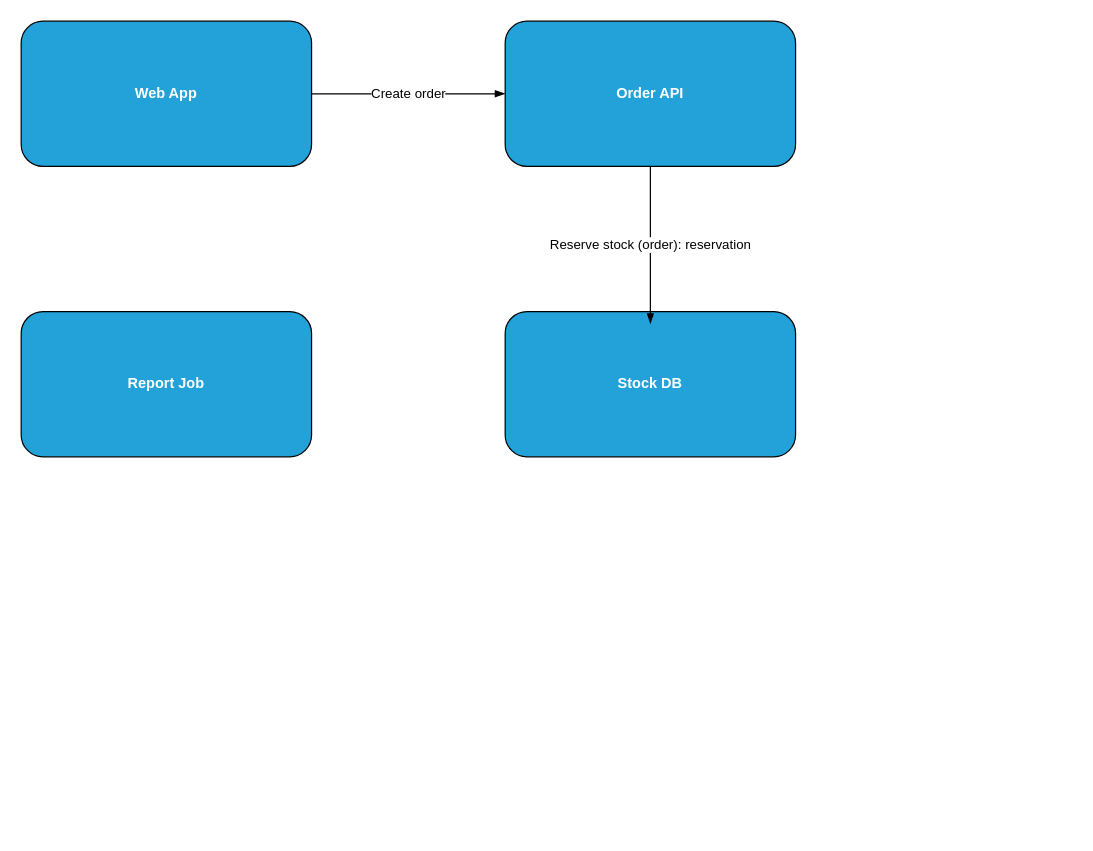
This is examples/broken.drawio from veritas-sovereign/drawio-structurizr, a draw.io file, before an edit. Source tidied: cells renumbered, new cells numbered last; positions are measured from the earlier drawing's top-left corner, leaving out a move shared by most shapes. Both pictures are drawn from the tidied source at 121%, with x=0, y=0 at pixel (21, 21).
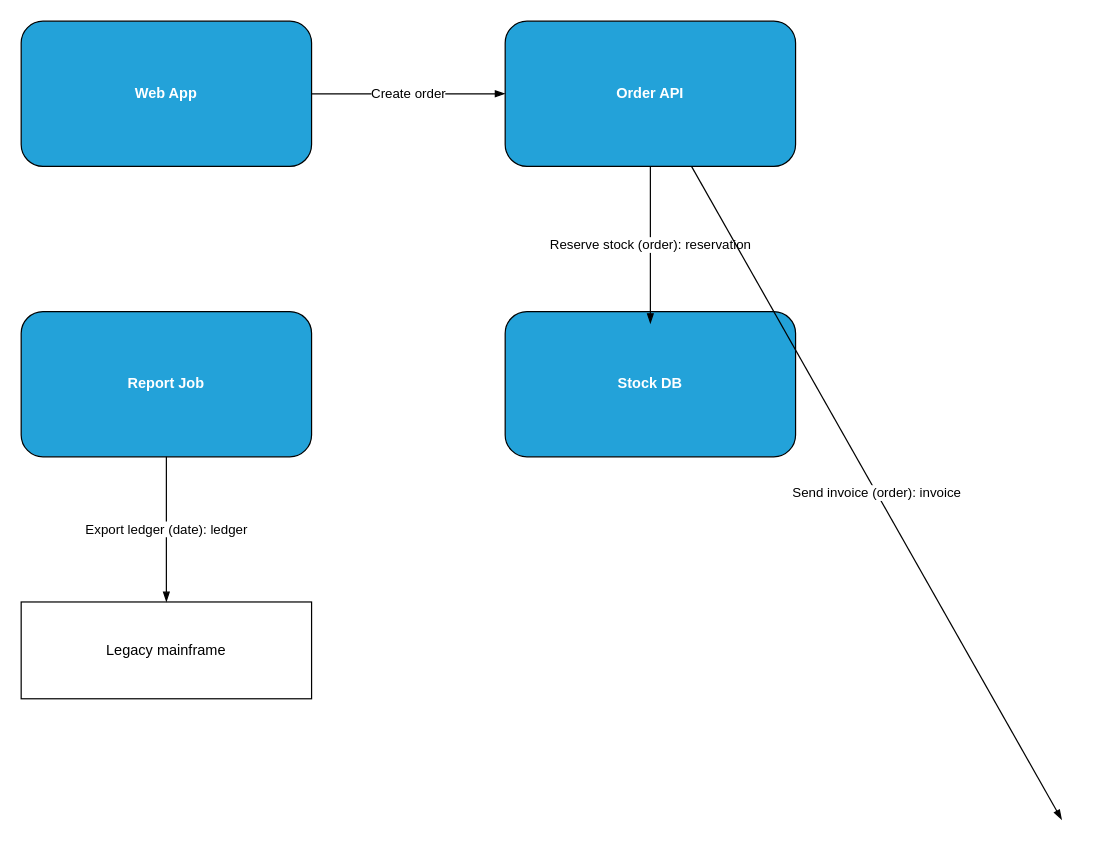
The same diagram, later.

Diff of the diagram source:
```diff
@@
 <mxGraphModel>
   <root>
     <mxCell id="0" />
     <mxCell id="1" parent="0" />
     <object id="2" label="&lt;b&gt;%c4Name%&lt;/b&gt;" c4Name="Web App" placeholders="1">
       <mxCell style="rounded=1;whiteSpace=wrap;html=1;fillColor=#23A2D9;fontColor=#ffffff;" parent="1" vertex="1">
         <mxGeometry width="240" height="120" as="geometry" />
       </mxCell>
     </object>
     <object id="3" label="&lt;b&gt;%c4Name%&lt;/b&gt;" c4Name="Order API" placeholders="1">
       <mxCell style="rounded=1;whiteSpace=wrap;html=1;fillColor=#23A2D9;fontColor=#ffffff;" parent="1" vertex="1">
         <mxGeometry x="400" width="240" height="120" as="geometry" />
       </mxCell>
     </object>
     <object id="4" label="&lt;b&gt;%c4Name%&lt;/b&gt;" c4Name="Stock DB" placeholders="1">
       <mxCell style="rounded=1;whiteSpace=wrap;html=1;fillColor=#23A2D9;fontColor=#ffffff;" parent="1" vertex="1">
         <mxGeometry x="400" y="240" width="240" height="120" as="geometry" />
       </mxCell>
     </object>
     <object id="5" label="&lt;b&gt;%c4Name%&lt;/b&gt;" c4Name="Report Job" placeholders="1">
       <mxCell style="rounded=1;whiteSpace=wrap;html=1;fillColor=#23A2D9;fontColor=#ffffff;" parent="1" vertex="1">
         <mxGeometry y="240" width="240" height="120" as="geometry" />
       </mxCell>
     </object>
     <object id="6" label="%c4Description%" c4Description="Create order" placeholders="1">
       <mxCell style="endArrow=blockThin;html=1;endFill=1;" parent="1" edge="1" source="2" target="3">
         <mxGeometry relative="1" as="geometry" />
       </mxCell>
     </object>
     <object id="7" label="%c4Description%" c4Description="Reserve stock (order): reservation" placeholders="1">
       <mxCell style="endArrow=blockThin;html=1;endFill=1;" parent="1" edge="1" source="3">
         <mxGeometry relative="1" as="geometry">
           <mxPoint x="520" y="250" as="targetPoint" />
         </mxGeometry>
       </mxCell>
     </object>
+    <mxCell id="8" value="Legacy mainframe" style="rounded=0;whiteSpace=wrap;html=1;" parent="1" vertex="1">
+      <mxGeometry y="480" width="240" height="80" as="geometry" />
+    </mxCell>
+    <object id="9" label="%c4Description%" c4Description="Export ledger (date): ledger" placeholders="1">
+      <mxCell style="endArrow=blockThin;html=1;endFill=1;" parent="1" edge="1" source="5" target="8">
+        <mxGeometry relative="1" as="geometry" />
+      </mxCell>
+    </object>
+    <object id="10" label="%c4Description%" c4Description="Send invoice (order): invoice" placeholders="1">
+      <mxCell style="endArrow=blockThin;html=1;endFill=1;" parent="1" edge="1" source="3">
+        <mxGeometry relative="1" as="geometry">
+          <mxPoint x="860" y="660" as="targetPoint" />
+        </mxGeometry>
+      </mxCell>
+    </object>
   </root>
 </mxGraphModel>
```
